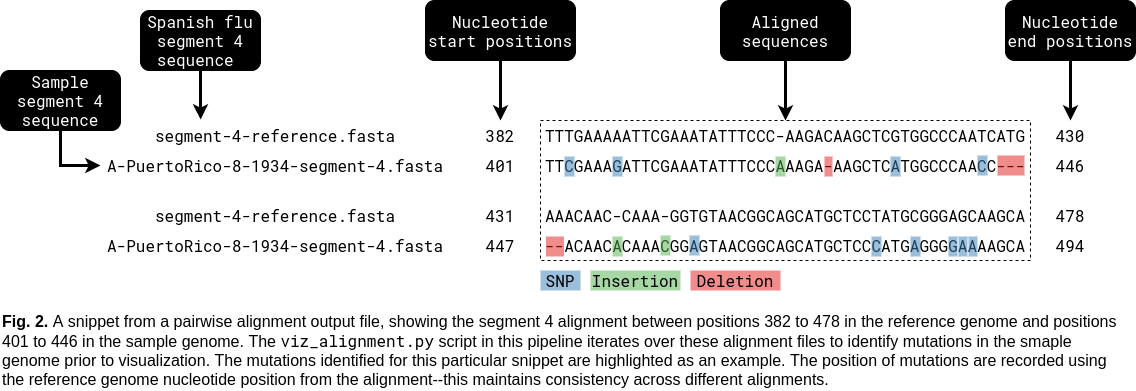
The draw.io diagram assets/images/pairwise-alignment.png in ivansg44/biof-501-project, before a commit. Source tidied: cells renumbered, new cells last; positions are measured from the earlier drawing's top-left corner, leaving out a move shared by most shapes.
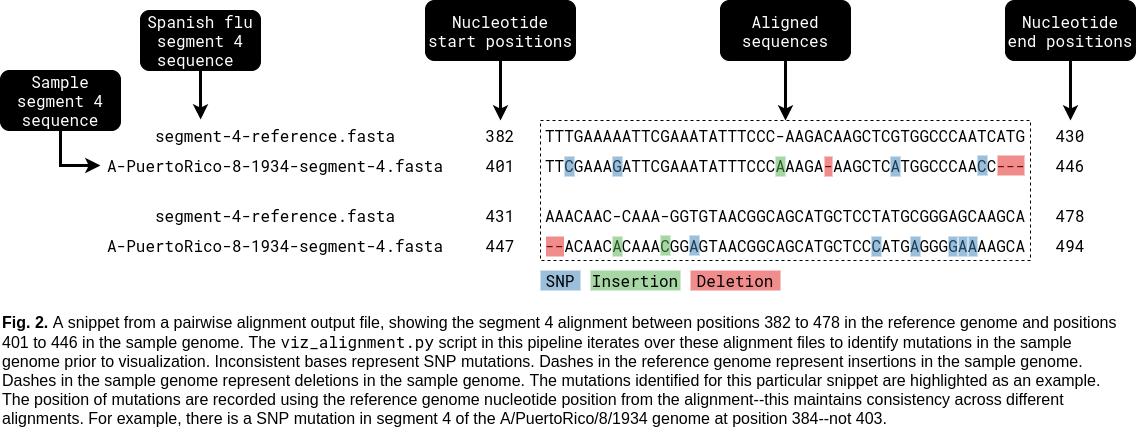
After the commit.

Change to the diagram source:
```diff
@@ -113,8 +113,8 @@
     <mxCell id="38" value="&lt;font color=&quot;#000000&quot;&gt;Deletion&lt;/font&gt;" style="rounded=0;whiteSpace=wrap;html=1;labelBackgroundColor=none;labelBorderColor=none;fontFamily=Roboto Mono;fontSource=https%3A%2F%2Ffonts.googleapis.com%2Fcss%3Ffamily%3DRoboto%2BMono;fontSize=16;fontColor=#FFFFFF;fillColor=#E41A1C;strokeColor=none;opacity=50;" parent="1" vertex="1">
       <mxGeometry x="690" y="270" width="90" height="20" as="geometry" />
     </mxCell>
-    <mxCell id="39" value="&lt;b&gt;Fig. 2.&lt;/b&gt;&amp;nbsp;A snippet from a pairwise alignment output file, showing the segment 4 alignment between positions 382 to 478 in the reference genome and positions 401 to 446 in the sample genome. The &lt;font face=&quot;Roboto Mono&quot;&gt;viz_alignment.py&lt;/font&gt; script in this pipeline iterates over these alignment files to identify mutations in the smaple genome prior to visualization. The mutations identified for this particular snippet are highlighted as an example. The position of mutations are recorded using the reference genome nucleotide position from the alignment--this maintains consistency across different alignments." style="rounded=0;whiteSpace=wrap;html=1;labelBackgroundColor=none;labelBorderColor=none;fontFamily=Helvetica;fontSize=16;fontColor=#000000;fillColor=none;opacity=50;align=left;strokeColor=none;" parent="1" vertex="1">
-      <mxGeometry y="310" width="1130" height="80" as="geometry" />
+    <mxCell id="39" value="&lt;b&gt;Fig. 2.&lt;/b&gt;&amp;nbsp;A snippet from a pairwise alignment output file, showing the segment 4 alignment between positions 382 to 478 in the reference genome and positions 401 to 446 in the sample genome. The &lt;font face=&quot;Roboto Mono&quot;&gt;viz_alignment.py&lt;/font&gt; script in this pipeline iterates over these alignment files to identify mutations in the sample genome prior to visualization. Inconsistent bases represent SNP mutations. Dashes in the reference genome represent insertions in the sample genome. Dashes in the sample genome represent deletions in the sample genome. The mutations identified for this particular snippet are highlighted as an example. The position of mutations are recorded using the reference genome nucleotide position from the alignment--this maintains consistency across different alignments. For example, there is a SNP mutation in segment 4 of the A/PuertoRico/8/1934 genome at position 384--not 403." style="rounded=0;whiteSpace=wrap;html=1;labelBackgroundColor=none;labelBorderColor=none;fontFamily=Helvetica;fontSize=16;fontColor=#000000;fillColor=none;opacity=50;align=left;strokeColor=none;" parent="1" vertex="1">
+      <mxGeometry y="310" width="1130" height="120" as="geometry" />
     </mxCell>
     <mxCell id="40" style="rounded=0;whiteSpace=wrap;html=1;labelBackgroundColor=none;labelBorderColor=default;fontFamily=Roboto Mono;fontSource=https%3A%2F%2Ffonts.googleapis.com%2Fcss%3Ffamily%3DRoboto%2BMono;fontSize=16;fontColor=#FFFFFF;fillColor=#e41a1c;strokeColor=none;opacity=50;" parent="1" vertex="1">
       <mxGeometry x="545.5" y="236" width="18" height="20" as="geometry" />
```
